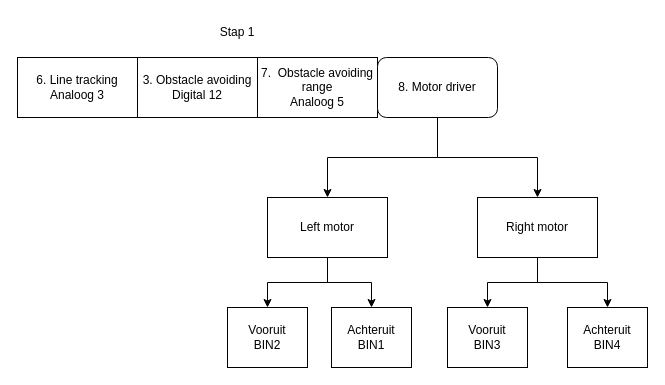
This is stap 1 circuit/auto arduino.drawio from emmaus-archief/2122-arduino-5vc-cengizhan-maurits-casper, a draw.io file, before an edit. Source tidied: cells renumbered, new cells numbered last; positions are measured from the earlier drawing's top-left corner, leaving out a move shared by most shapes. Both pictures are drawn from the tidied source at 100%, with x=0, y=0 at pixel (17, 17).
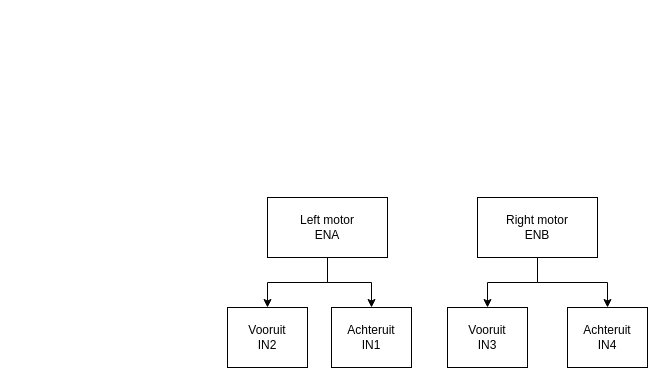
Above is the later version.

Change to the diagram source:
```diff
@@
 <mxGraphModel>
   <root>
     <mxCell id="0" />
     <mxCell id="1" parent="0" />
-    <mxCell id="2" value="3. Obstacle avoiding&lt;br&gt;Digital 12" style="rounded=0;whiteSpace=wrap;html=1;" parent="1" vertex="1">
-      <mxGeometry x="120" y="40" width="120" height="60" as="geometry" />
-    </mxCell>
-    <mxCell id="3" value="6. Line tracking&lt;br&gt;Analoog 3" style="rounded=0;whiteSpace=wrap;html=1;" parent="1" vertex="1">
-      <mxGeometry y="40" width="120" height="60" as="geometry" />
-    </mxCell>
-    <mxCell id="4" value="7.&amp;nbsp; Obstacle avoiding range&lt;br&gt;Analoog 5" style="whiteSpace=wrap;html=1;" parent="1" vertex="1">
-      <mxGeometry x="240" y="40" width="120" height="60" as="geometry" />
-    </mxCell>
-    <mxCell id="5" style="edgeStyle=orthogonalEdgeStyle;rounded=0;jettySize=auto;html=1;entryX=0.5;entryY=0;entryDx=0;entryDy=0;" parent="1" edge="1" source="7" target="11">
-      <mxGeometry relative="1" as="geometry" />
-    </mxCell>
-    <mxCell id="6" style="edgeStyle=orthogonalEdgeStyle;rounded=0;jettySize=auto;html=1;" parent="1" edge="1" source="7" target="14">
-      <mxGeometry relative="1" as="geometry" />
-    </mxCell>
-    <mxCell id="7" value="8. Motor driver" style="rounded=1;whiteSpace=wrap;html=1;" parent="1" vertex="1">
-      <mxGeometry x="360" y="40" width="120" height="60" as="geometry" />
-    </mxCell>
-    <mxCell id="8" value="Stap 1" style="text;html=1;strokeColor=none;fillColor=none;align=center;verticalAlign=middle;whiteSpace=wrap;rounded=0;shadow=0;" parent="1" vertex="1">
-      <mxGeometry x="190" width="60" height="30" as="geometry" />
-    </mxCell>
     <mxCell id="9" style="edgeStyle=orthogonalEdgeStyle;rounded=0;jettySize=auto;html=1;entryX=0.5;entryY=0;entryDx=0;entryDy=0;" parent="1" edge="1" source="11" target="16">
       <mxGeometry relative="1" as="geometry" />
     </mxCell>
     <mxCell id="10" style="edgeStyle=orthogonalEdgeStyle;rounded=0;jettySize=auto;html=1;entryX=0.5;entryY=0;entryDx=0;entryDy=0;" parent="1" edge="1" source="11" target="15">
       <mxGeometry relative="1" as="geometry" />
     </mxCell>
-    <mxCell id="11" value="Left motor" style="rounded=0;whiteSpace=wrap;html=1;shadow=0;" parent="1" vertex="1">
+    <mxCell id="11" value="Left motor&lt;br&gt;ENA" style="rounded=0;whiteSpace=wrap;html=1;shadow=0;" parent="1" vertex="1">
       <mxGeometry x="250" y="180" width="120" height="60" as="geometry" />
     </mxCell>
     <mxCell id="12" style="edgeStyle=orthogonalEdgeStyle;rounded=0;jettySize=auto;html=1;entryX=0.5;entryY=0;entryDx=0;entryDy=0;entryPerimeter=0;" parent="1" edge="1" source="14" target="17">
       <mxGeometry relative="1" as="geometry" />
     </mxCell>
     <mxCell id="13" style="edgeStyle=orthogonalEdgeStyle;rounded=0;jettySize=auto;html=1;entryX=0.5;entryY=0;entryDx=0;entryDy=0;" parent="1" edge="1" source="14" target="18">
       <mxGeometry relative="1" as="geometry" />
     </mxCell>
-    <mxCell id="14" value="Right motor" style="rounded=0;whiteSpace=wrap;html=1;shadow=0;" parent="1" vertex="1">
+    <mxCell id="14" value="Right motor&lt;br&gt;ENB" style="rounded=0;whiteSpace=wrap;html=1;shadow=0;" parent="1" vertex="1">
       <mxGeometry x="460" y="180" width="120" height="60" as="geometry" />
     </mxCell>
-    <mxCell id="15" value="Vooruit&lt;br&gt;BIN2" style="rounded=0;whiteSpace=wrap;html=1;shadow=0;" parent="1" vertex="1">
+    <mxCell id="15" value="Vooruit&lt;br&gt;IN2" style="rounded=0;whiteSpace=wrap;html=1;shadow=0;" parent="1" vertex="1">
       <mxGeometry x="210" y="290" width="80" height="60" as="geometry" />
     </mxCell>
-    <mxCell id="16" value="Achteruit&lt;br&gt;BIN1" style="rounded=0;whiteSpace=wrap;html=1;shadow=0;" parent="1" vertex="1">
+    <mxCell id="16" value="Achteruit&lt;br&gt;IN1" style="rounded=0;whiteSpace=wrap;html=1;shadow=0;" parent="1" vertex="1">
       <mxGeometry x="314" y="290" width="80" height="60" as="geometry" />
     </mxCell>
-    <mxCell id="17" value="Vooruit&lt;br&gt;BIN3" style="rounded=0;whiteSpace=wrap;html=1;shadow=0;" parent="1" vertex="1">
+    <mxCell id="17" value="Vooruit&lt;br&gt;IN3" style="rounded=0;whiteSpace=wrap;html=1;shadow=0;" parent="1" vertex="1">
       <mxGeometry x="430" y="290" width="80" height="60" as="geometry" />
     </mxCell>
-    <mxCell id="18" value="Achteruit&lt;br&gt;BIN4" style="rounded=0;whiteSpace=wrap;html=1;shadow=0;" parent="1" vertex="1">
+    <mxCell id="18" value="Achteruit&lt;br&gt;IN4" style="rounded=0;whiteSpace=wrap;html=1;shadow=0;" parent="1" vertex="1">
       <mxGeometry x="550" y="290" width="80" height="60" as="geometry" />
     </mxCell>
   </root>
 </mxGraphModel>
```
